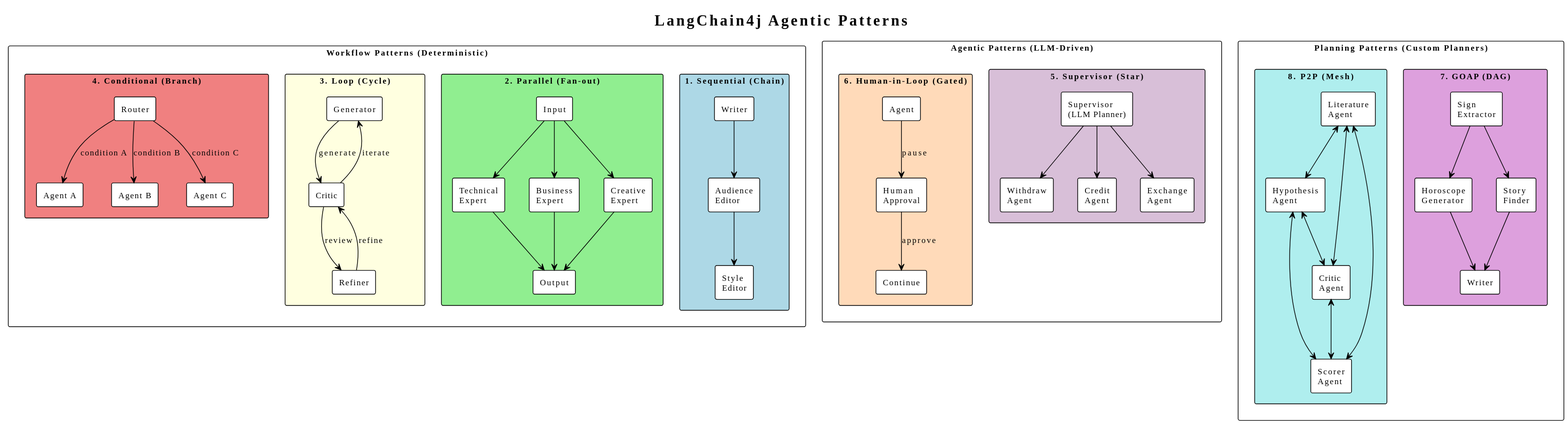
Before: docs/patterns.svg, a diagram exported from PlantUML (roryp/matrixagents).
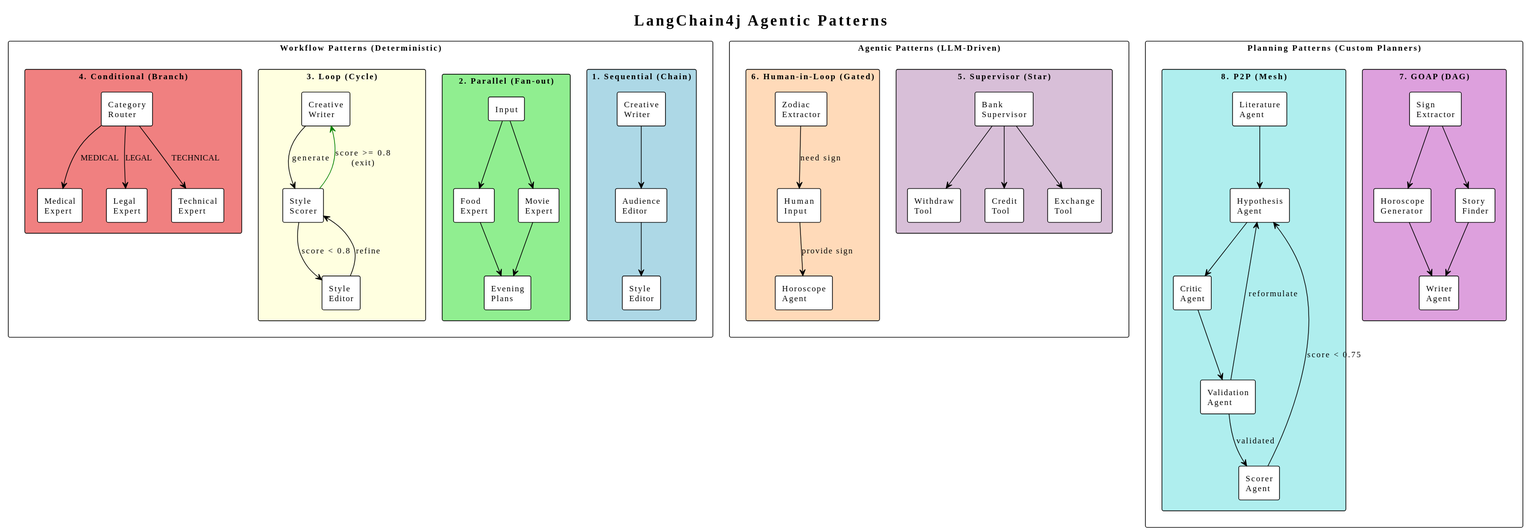
The same diagram one commit later.

Change to the diagram source:
```diff
@@ -10,7 +10,7 @@
 package "Workflow Patterns (Deterministic)" {
 
     package "1. Sequential (Chain)" #LightBlue {
-        rectangle "Writer" as seq1
+        rectangle "Creative\nWriter" as seq1
         rectangle "Audience\nEditor" as seq2
         rectangle "Style\nEditor" as seq3
         seq1 --> seq2
@@ -19,36 +19,33 @@
 
     package "2. Parallel (Fan-out)" #LightGreen {
         rectangle "Input" as par_in
-        rectangle "Technical\nExpert" as par1
-        rectangle "Business\nExpert" as par2
-        rectangle "Creative\nExpert" as par3
-        rectangle "Output" as par_out
+        rectangle "Food\nExpert" as par1
+        rectangle "Movie\nExpert" as par2
+        rectangle "Evening\nPlans" as par_out
         par_in --> par1
         par_in --> par2
-        par_in --> par3
         par1 --> par_out
         par2 --> par_out
-        par3 --> par_out
     }
 
     package "3. Loop (Cycle)" #LightYellow {
-        rectangle "Generator" as loop1
-        rectangle "Critic" as loop2
-        rectangle "Refiner" as loop3
+        rectangle "Creative\nWriter" as loop1
+        rectangle "Style\nScorer" as loop2
+        rectangle "Style\nEditor" as loop3
         loop1 --> loop2 : generate
-        loop2 --> loop3 : review
+        loop2 --> loop3 : score < 0.8
         loop3 --> loop2 : refine
-        loop2 --> loop1 : iterate
+        loop2 -[#green]-> loop1 : score >= 0.8\n(exit)
     }
 
     package "4. Conditional (Branch)" #LightCoral {
-        rectangle "Router" as cond_r
-        rectangle "Agent A" as cond1
-        rectangle "Agent B" as cond2
-        rectangle "Agent C" as cond3
-        cond_r --> cond1 : condition A
-        cond_r --> cond2 : condition B
-        cond_r --> cond3 : condition C
+        rectangle "Category\nRouter" as cond_r
+        rectangle "Medical\nExpert" as cond1
+        rectangle "Legal\nExpert" as cond2
+        rectangle "Technical\nExpert" as cond3
+        cond_r --> cond1 : MEDICAL
+        cond_r --> cond2 : LEGAL
+        cond_r --> cond3 : TECHNICAL
     }
 }
 
@@ -56,21 +53,21 @@
 package "Agentic Patterns (LLM-Driven)" {
 
     package "5. Supervisor (Star)" #Thistle {
-        rectangle "Supervisor\n(LLM Planner)" as sup
-        rectangle "Withdraw\nAgent" as sup1
-        rectangle "Credit\nAgent" as sup2
-        rectangle "Exchange\nAgent" as sup3
+        rectangle "Bank\nSupervisor" as sup
+        rectangle "Withdraw\nTool" as sup1
+        rectangle "Credit\nTool" as sup2
+        rectangle "Exchange\nTool" as sup3
         sup --> sup1
         sup --> sup2
         sup --> sup3
     }
 
     package "6. Human-in-Loop (Gated)" #PeachPuff {
-        rectangle "Agent" as hil1
-        rectangle "Human\nApproval" as hil_h
-        rectangle "Continue" as hil2
-        hil1 --> hil_h : pause
-        hil_h --> hil2 : approve
+        rectangle "Zodiac\nExtractor" as hil1
+        rectangle "Human\nInput" as hil_h
+        rectangle "Horoscope\nAgent" as hil2
+        hil1 --> hil_h : need sign
+        hil_h --> hil2 : provide sign
     }
 }
 
@@ -81,7 +78,7 @@
         rectangle "Sign\nExtractor" as goap1
         rectangle "Horoscope\nGenerator" as goap2
         rectangle "Story\nFinder" as goap3
-        rectangle "Writer" as goap4
+        rectangle "Writer\nAgent" as goap4
         goap1 --> goap2
         goap1 --> goap3
         goap2 --> goap4
@@ -92,13 +89,14 @@
         rectangle "Literature\nAgent" as p2p1
         rectangle "Hypothesis\nAgent" as p2p2
         rectangle "Critic\nAgent" as p2p3
-        rectangle "Scorer\nAgent" as p2p4
-        p2p1 <--> p2p2
-        p2p2 <--> p2p3
-        p2p3 <--> p2p4
-        p2p4 <--> p2p1
-        p2p1 <--> p2p3
-        p2p2 <--> p2p4
+        rectangle "Validation\nAgent" as p2p4
+        rectangle "Scorer\nAgent" as p2p5
+        p2p1 --> p2p2
+        p2p2 --> p2p3
+        p2p3 --> p2p4
+        p2p4 --> p2p2 : reformulate
+        p2p4 --> p2p5 : validated
+        p2p5 --> p2p2 : score < 0.75
     }
 }
 @enduml
```
